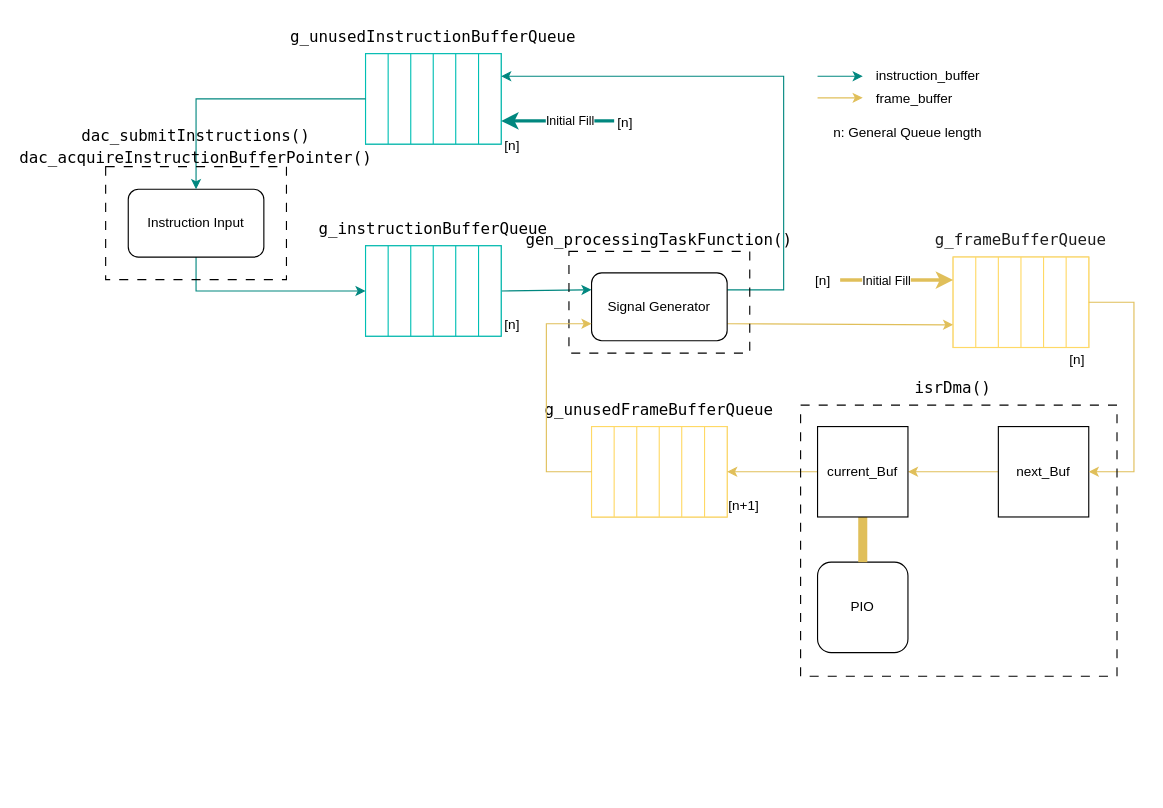
Before: docs/drawio/DataFlow_RP2040/DataFlow_RP2040.drawio in AlexanderHD27/oscilloscope-rendering, a draw.io diagram. Source tidied: cells renumbered, new cells numbered last; positions are measured from the earlier drawing's top-left corner, leaving out a move shared by most shapes. Both pictures are drawn from the tidied source at 113%, with x=0, y=0 at pixel (105, 19).
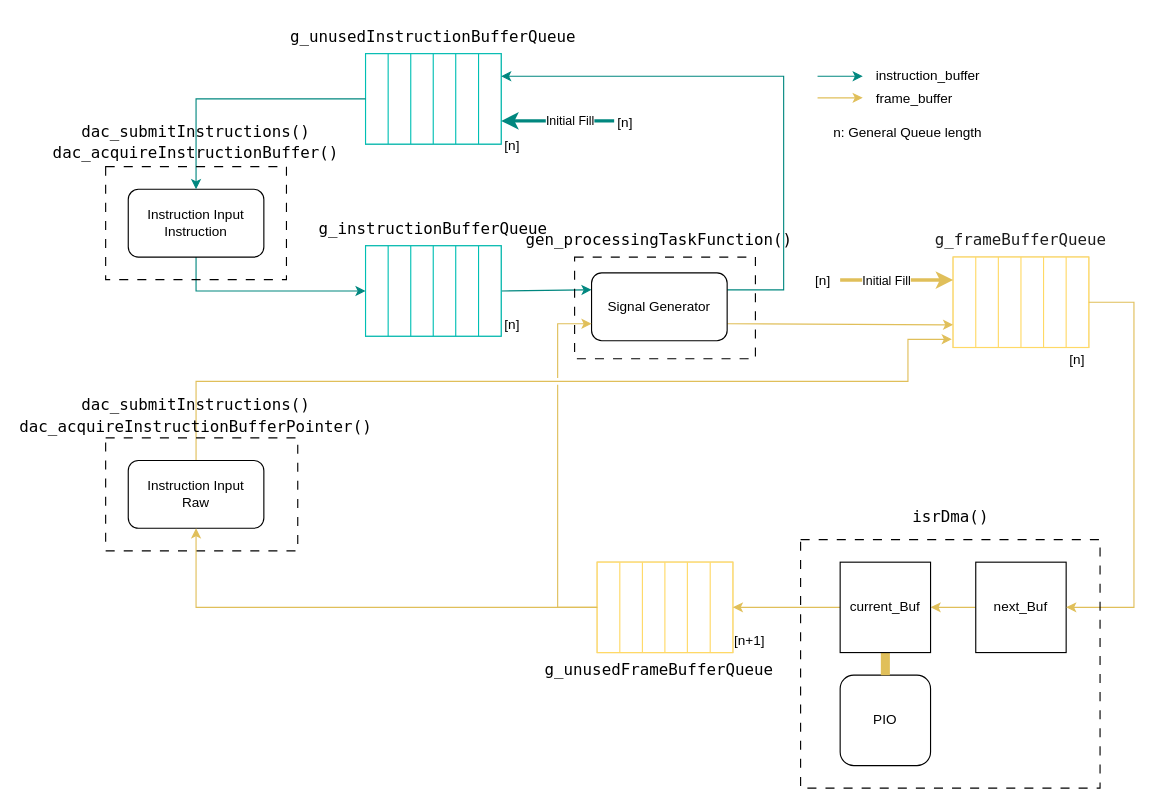
Above is the later version.

Unchanged cells that the change refers to:
```xml
<mxCell id="6" style="rounded=0;whiteSpace=wrap;html=1;strokeColor=#00BFB4;" parent="5" vertex="1">
  <mxGeometry width="120" height="80" as="geometry" />
</mxCell>
<mxCell id="24" value="Signal Generator" style="rounded=1;whiteSpace=wrap;html=1;" parent="1" vertex="1">
  <mxGeometry x="430" y="224" width="120" height="60" as="geometry" />
</mxCell>
<mxCell id="27" style="rounded=0;whiteSpace=wrap;html=1;strokeColor=#FFD966;rotation=-180;" parent="26" vertex="1">
  <mxGeometry width="120" height="80" as="geometry" />
</mxCell>
<mxCell id="36" style="rounded=0;whiteSpace=wrap;html=1;strokeColor=#FFD966;" parent="35" vertex="1">
  <mxGeometry width="120" height="80" as="geometry" />
</mxCell>
```

The edit, as a diff of the source:
```diff
@@
-    <mxCell id="2" style="edgeStyle=orthogonalEdgeStyle;rounded=0;jettySize=auto;html=1;entryX=0;entryY=0.5;entryDx=0;entryDy=0;strokeColor=#00877F;" parent="1" edge="1" source="3" target="6">
+    <mxCell id="2" style="edgeStyle=orthogonalEdgeStyle;rounded=0;jettySize=auto;html=1;entryX=0;entryY=0.5;entryDx=0;entryDy=0;strokeColor=#00877F;exitX=0.5;exitY=1;exitDx=0;exitDy=0;" parent="1" edge="1" source="3" target="6">
       <mxGeometry relative="1" as="geometry">
         <Array as="points">
           <mxPoint x="80" y="240" />
         </Array>
       </mxGeometry>
     </mxCell>
-    <mxCell id="3" value="Instruction Input" style="rounded=1;whiteSpace=wrap;html=1;" parent="1" vertex="1">
+    <mxCell id="3" value="Instruction Input&lt;br&gt;Instruction" style="rounded=1;whiteSpace=wrap;html=1;" parent="1" vertex="1">
       <mxGeometry x="20" y="150" width="120" height="60" as="geometry" />
     </mxCell>
@@
     <mxCell id="25" value="PIO" style="rounded=1;whiteSpace=wrap;html=1;" parent="1" vertex="1">
-      <mxGeometry x="630" y="480" width="80" height="80" as="geometry" />
+      <mxGeometry x="650" y="580" width="80" height="80" as="geometry" />
     </mxCell>
@@
     <mxCell id="33" value="&lt;div style=&quot;font-family: &amp;quot;UbuntuMono Nerd Font Propo&amp;quot;, &amp;quot;Droid Sans Mono&amp;quot;, &amp;quot;monospace&amp;quot;, monospace; font-size: 14px; line-height: 19px;&quot;&gt;&lt;div style=&quot;line-height: 19px;&quot;&gt;g_unusedFrameBufferQueue&lt;/div&gt;&lt;/div&gt;" style="text;html=1;strokeColor=none;fillColor=none;align=center;verticalAlign=middle;whiteSpace=wrap;rounded=0;labelBackgroundColor=none;fontColor=default;" parent="1" vertex="1">
-      <mxGeometry x="410" y="330" width="160" height="30" as="geometry" />
+      <mxGeometry x="410" y="560" width="160" height="30" as="geometry" />
     </mxCell>
@@
     <mxCell id="35" style="group;strokeColor=#E0BF5A;" parent="1" vertex="1">
-      <mxGeometry x="430" y="360" width="120" height="80" as="geometry" />
+      <mxGeometry x="435" y="480" width="120" height="80" as="geometry" />
     </mxCell>
@@
     <mxCell id="43" value="next_Buf" style="rounded=0;whiteSpace=wrap;html=1;" parent="1" vertex="1">
-      <mxGeometry x="790" y="360" width="80" height="80" as="geometry" />
+      <mxGeometry x="770" y="480" width="80" height="80" as="geometry" />
     </mxCell>
     <mxCell id="44" style="edgeStyle=orthogonalEdgeStyle;rounded=0;jettySize=auto;html=1;entryX=1;entryY=0.5;entryDx=0;entryDy=0;strokeColor=#E0BF5A;exitX=0;exitY=0.5;exitDx=0;exitDy=0;" parent="1" edge="1" source="27" target="43">
       <mxGeometry relative="1" as="geometry">
         <Array as="points">
           <mxPoint x="910" y="250" />
-          <mxPoint x="910" y="400" />
+          <mxPoint x="910" y="520" />
         </Array>
       </mxGeometry>
     </mxCell>
@@
     <mxCell id="47" value="&lt;div style=&quot;color: rgb(204, 204, 204); background-color: rgb(31, 31, 31); font-family: &amp;quot;UbuntuMono Nerd Font Propo&amp;quot;, &amp;quot;Droid Sans Mono&amp;quot;, &amp;quot;monospace&amp;quot;, monospace; font-weight: normal; font-size: 14px; line-height: 19px;&quot;&gt;&lt;div style=&quot;line-height: 19px;&quot;&gt;&lt;br&gt;&lt;/div&gt;&lt;/div&gt;" style="rounded=0;whiteSpace=wrap;html=1;fillColor=none;dashed=1;dashPattern=8 8;spacing=5;labelPosition=center;verticalLabelPosition=top;align=center;verticalAlign=bottom;fontStyle=1;glass=0;" parent="1" vertex="1">
-      <mxGeometry x="615" y="341" width="280" height="240" as="geometry" />
+      <mxGeometry x="615" y="460" width="265" height="220" as="geometry" />
     </mxCell>
     <mxCell id="48" value="current_Buf" style="rounded=0;whiteSpace=wrap;html=1;" parent="1" vertex="1">
-      <mxGeometry x="630" y="360" width="80" height="80" as="geometry" />
+      <mxGeometry x="650" y="480" width="80" height="80" as="geometry" />
     </mxCell>
     <mxCell id="49" value="&lt;div style=&quot;color: rgb(204, 204, 204); background-color: rgb(31, 31, 31); font-family: &amp;quot;UbuntuMono Nerd Font Propo&amp;quot;, &amp;quot;Droid Sans Mono&amp;quot;, &amp;quot;monospace&amp;quot;, monospace; font-weight: normal; font-size: 14px; line-height: 19px;&quot;&gt;&lt;div style=&quot;line-height: 19px;&quot;&gt;&lt;br&gt;&lt;/div&gt;&lt;/div&gt;" style="rounded=0;whiteSpace=wrap;html=1;fillColor=none;dashed=1;dashPattern=8 8;spacing=5;labelPosition=center;verticalLabelPosition=top;align=center;verticalAlign=bottom;fontStyle=1;" parent="1" vertex="1">
-      <mxGeometry x="410" y="205" width="160" height="90" as="geometry" />
+      <mxGeometry x="415" y="210" width="160" height="90" as="geometry" />
     </mxCell>
-    <mxCell id="50" style="edgeStyle=orthogonalEdgeStyle;rounded=0;jettySize=auto;html=1;strokeColor=#E0BF5A;exitX=0;exitY=0.5;exitDx=0;exitDy=0;entryX=0;entryY=0.75;entryDx=0;entryDy=0;" parent="1" edge="1" source="36" target="24">
-      <mxGeometry relative="1" as="geometry">
-        <Array as="points">
-          <mxPoint x="390" y="400" />
-          <mxPoint x="390" y="269" />
-        </Array>
-      </mxGeometry>
-    </mxCell>
@@
     <mxCell id="54" value="[n+1]" style="text;html=1;strokeColor=none;fillColor=none;align=center;verticalAlign=middle;whiteSpace=wrap;rounded=0;" parent="1" vertex="1">
-      <mxGeometry x="550" y="419" width="30" height="21" as="geometry" />
+      <mxGeometry x="555" y="539" width="30" height="21" as="geometry" />
     </mxCell>
@@
-    <mxCell id="59" value="&lt;div style=&quot;color: rgb(204, 204, 204); font-family: &amp;quot;UbuntuMono Nerd Font Propo&amp;quot;, &amp;quot;Droid Sans Mono&amp;quot;, &amp;quot;monospace&amp;quot;, monospace; font-weight: normal; font-size: 14px; line-height: 19px;&quot;&gt;&lt;br&gt;&lt;/div&gt;" style="rounded=0;whiteSpace=wrap;html=1;fillColor=none;dashed=1;dashPattern=8 8;spacing=5;labelPosition=center;verticalLabelPosition=top;align=center;verticalAlign=bottom;fontStyle=1;" parent="1" vertex="1">
-      <mxGeometry y="130" width="160" height="100" as="geometry" />
-    </mxCell>
@@
     <mxCell id="69" value="&lt;div style=&quot;font-family: &amp;quot;UbuntuMono Nerd Font Propo&amp;quot;, &amp;quot;Droid Sans Mono&amp;quot;, &amp;quot;monospace&amp;quot;, monospace; font-size: 14px; line-height: 19px;&quot;&gt;&lt;div style=&quot;line-height: 19px;&quot;&gt;isrDma()&lt;br&gt;&lt;/div&gt;&lt;/div&gt;" style="text;html=1;strokeColor=none;fillColor=none;align=center;verticalAlign=middle;whiteSpace=wrap;rounded=0;labelBackgroundColor=none;fontColor=default;" parent="1" vertex="1">
-      <mxGeometry x="670" y="311" width="160" height="30" as="geometry" />
+      <mxGeometry x="667.5" y="425" width="160" height="30" as="geometry" />
     </mxCell>
-    <mxCell id="70" value="&lt;div style=&quot;font-family: &amp;quot;UbuntuMono Nerd Font Propo&amp;quot;, &amp;quot;Droid Sans Mono&amp;quot;, &amp;quot;monospace&amp;quot;, monospace; font-size: 14px; line-height: 19px;&quot;&gt;&lt;div style=&quot;line-height: 19px;&quot;&gt;&lt;div style=&quot;line-height: 19px;&quot;&gt;dac_submitInstructions()&lt;/div&gt;&lt;div style=&quot;line-height: 19px;&quot;&gt;dac_acquireInstructionBufferPointer()&lt;/div&gt;&lt;/div&gt;&lt;/div&gt;" style="text;html=1;strokeColor=none;fillColor=none;align=center;verticalAlign=middle;whiteSpace=wrap;rounded=0;labelBackgroundColor=none;fontColor=default;" parent="1" vertex="1">
-      <mxGeometry x="20" y="96.5" width="120" height="30" as="geometry" />
+    <mxCell id="70" value="&lt;div style=&quot;font-family: &amp;quot;UbuntuMono Nerd Font Propo&amp;quot;, &amp;quot;Droid Sans Mono&amp;quot;, &amp;quot;monospace&amp;quot;, monospace; font-size: 14px; line-height: 19px;&quot;&gt;&lt;div style=&quot;line-height: 19px;&quot;&gt;&lt;div style=&quot;line-height: 19px;&quot;&gt;dac_submitInstructions()&lt;/div&gt;&lt;div style=&quot;line-height: 19px;&quot;&gt;dac_acquireInstructionBuffer&lt;span style=&quot;background-color: initial;&quot;&gt;()&lt;/span&gt;&lt;/div&gt;&lt;/div&gt;&lt;/div&gt;" style="text;html=1;strokeColor=none;fillColor=none;align=center;verticalAlign=middle;whiteSpace=wrap;rounded=0;labelBackgroundColor=none;fontColor=default;" parent="1" vertex="1">
+      <mxGeometry x="-70" y="90" width="300" height="36.5" as="geometry" />
     </mxCell>
+    <mxCell id="71" style="edgeStyle=orthogonalEdgeStyle;rounded=0;jettySize=auto;html=1;entryX=1.01;entryY=0.09;entryDx=0;entryDy=0;jumpStyle=gap;strokeColor=#E0BF5A;entryPerimeter=0;" parent="1" edge="1" source="72" target="27">
+      <mxGeometry relative="1" as="geometry">
+        <Array as="points">
+          <mxPoint x="80" y="320" />
+          <mxPoint x="710" y="320" />
+          <mxPoint x="710" y="283" />
+          <mxPoint x="749" y="283" />
+        </Array>
+      </mxGeometry>
+    </mxCell>
+    <mxCell id="72" value="Instruction Input&lt;br&gt;Raw" style="rounded=1;whiteSpace=wrap;html=1;" parent="1" vertex="1">
+      <mxGeometry x="20" y="390" width="120" height="60" as="geometry" />
+    </mxCell>
+    <mxCell id="59" value="&lt;div style=&quot;color: rgb(204, 204, 204); font-family: &amp;quot;UbuntuMono Nerd Font Propo&amp;quot;, &amp;quot;Droid Sans Mono&amp;quot;, &amp;quot;monospace&amp;quot;, monospace; font-weight: normal; font-size: 14px; line-height: 19px;&quot;&gt;&lt;br&gt;&lt;/div&gt;" style="rounded=0;whiteSpace=wrap;html=1;fillColor=none;dashed=1;dashPattern=8 8;spacing=5;labelPosition=center;verticalLabelPosition=top;align=center;verticalAlign=bottom;fontStyle=1;" parent="1" vertex="1">
+      <mxGeometry y="130" width="160" height="100" as="geometry" />
+    </mxCell>
+    <mxCell id="73" value="&lt;div style=&quot;color: rgb(204, 204, 204); font-family: &amp;quot;UbuntuMono Nerd Font Propo&amp;quot;, &amp;quot;Droid Sans Mono&amp;quot;, &amp;quot;monospace&amp;quot;, monospace; font-weight: normal; font-size: 14px; line-height: 19px;&quot;&gt;&lt;br&gt;&lt;/div&gt;" style="rounded=0;whiteSpace=wrap;html=1;fillColor=none;dashed=1;dashPattern=8 8;spacing=5;labelPosition=center;verticalLabelPosition=top;align=center;verticalAlign=bottom;fontStyle=1;" parent="1" vertex="1">
+      <mxGeometry y="370" width="170" height="100" as="geometry" />
+    </mxCell>
+    <mxCell id="74" style="edgeStyle=orthogonalEdgeStyle;rounded=0;jettySize=auto;html=1;exitX=0;exitY=0.5;exitDx=0;exitDy=0;entryX=0.5;entryY=1;entryDx=0;entryDy=0;strokeColor=#E0BF5A;" parent="1" edge="1" source="36" target="72">
+      <mxGeometry relative="1" as="geometry" />
+    </mxCell>
+    <mxCell id="75" value="&lt;div style=&quot;font-family: &amp;quot;UbuntuMono Nerd Font Propo&amp;quot;, &amp;quot;Droid Sans Mono&amp;quot;, &amp;quot;monospace&amp;quot;, monospace; font-size: 14px; line-height: 19px;&quot;&gt;&lt;div style=&quot;line-height: 19px;&quot;&gt;&lt;div style=&quot;line-height: 19px;&quot;&gt;dac_submitInstructions()&lt;/div&gt;&lt;div style=&quot;line-height: 19px;&quot;&gt;dac_acquireInstructionBufferPointer()&lt;/div&gt;&lt;/div&gt;&lt;/div&gt;" style="text;html=1;strokeColor=none;fillColor=none;align=center;verticalAlign=middle;whiteSpace=wrap;rounded=0;labelBackgroundColor=none;fontColor=default;" parent="1" vertex="1">
+      <mxGeometry x="-10" y="330" width="180" height="40" as="geometry" />
+    </mxCell>
+    <mxCell id="50" style="edgeStyle=orthogonalEdgeStyle;rounded=0;jettySize=auto;html=1;exitX=0;exitY=0.5;exitDx=0;exitDy=0;entryX=0;entryY=0.75;entryDx=0;entryDy=0;strokeColor=#E0BF5A;jumpStyle=gap;" parent="1" edge="1" source="36" target="24">
+      <mxGeometry relative="1" as="geometry">
+        <Array as="points">
+          <mxPoint x="400" y="520" />
+          <mxPoint x="400" y="269" />
+        </Array>
+      </mxGeometry>
+    </mxCell>
```
